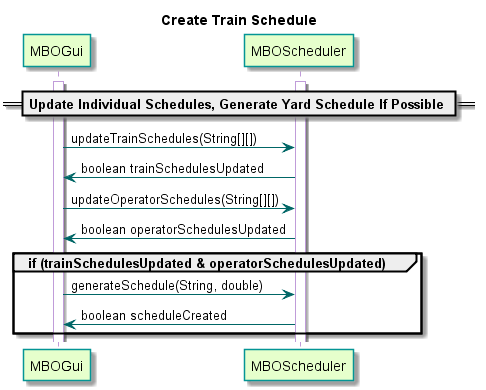
kevingilboy/COE1186 keeps this PlantUML diagram as TrainSystem/yUML/Sequence Diagrams/MBO/CreateTrainSchedule.png. Above is the earlier version. Source of this version:
```plantuml
@startuml

title Create Train Schedule

skinparam sequence {
  BackgroundColor transparent
  ParticipantBackgroundColor #e6ffcc
  ParticipantBorderColor 	#049595
  PackageBorderCOlor  #049595
  ArrowColor #006666
  LifeLineBorderColor #c09cd9
}

participant MBOGui
participant MBOScheduler

== Update Individual Schedules, Generate Yard Schedule If Possible ==

activate MBOGui
activate MBOScheduler
MBOGui -> MBOScheduler : updateTrainSchedules(String[][])
MBOScheduler -> MBOGui : boolean trainSchedulesUpdated
MBOGui -> MBOScheduler : updateOperatorSchedules(String[][])
MBOScheduler -> MBOGui : boolean operatorSchedulesUpdated

group if (trainSchedulesUpdated & operatorSchedulesUpdated)
	MBOGui -> MBOScheduler : generateSchedule(String, double)
	MBOScheduler -> MBOGui : boolean scheduleCreated
end

@enduml
```
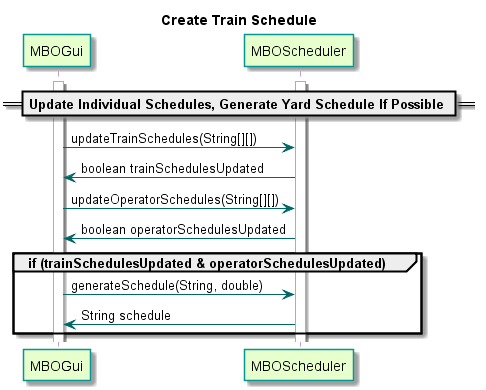
Later version of the same file.

What changed in the source:
```diff
@@ -25,7 +25,7 @@
 
 group if (trainSchedulesUpdated & operatorSchedulesUpdated)
 	MBOGui -> MBOScheduler : generateSchedule(String, double)
-	MBOScheduler -> MBOGui : boolean scheduleCreated
+	MBOScheduler -> MBOGui : String schedule
 end
 
 @enduml
```
